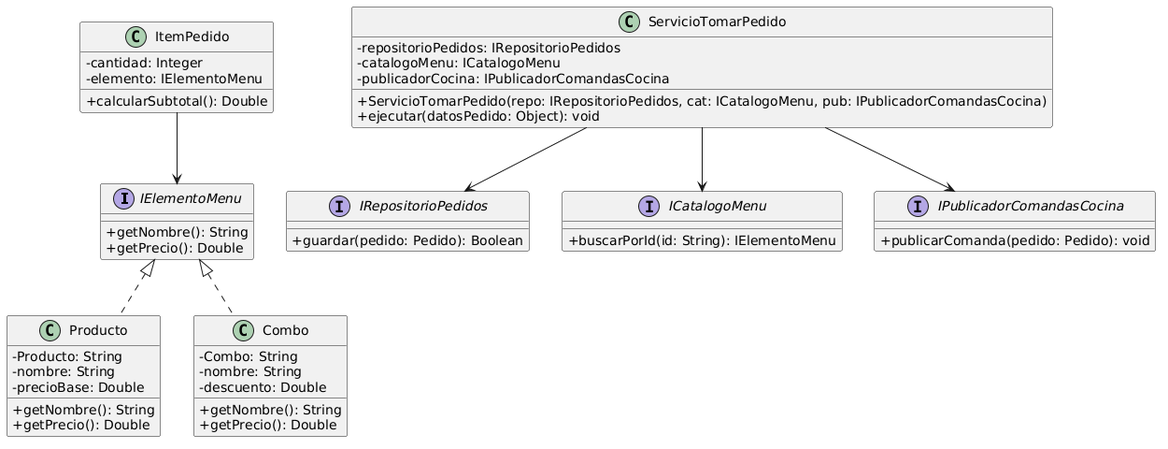
eloeyhe/SistemaPedidos keeps this PlantUML diagram as diagramas/01-diagrama-clases/01-solid-05-dip.png. Above is the earlier version.
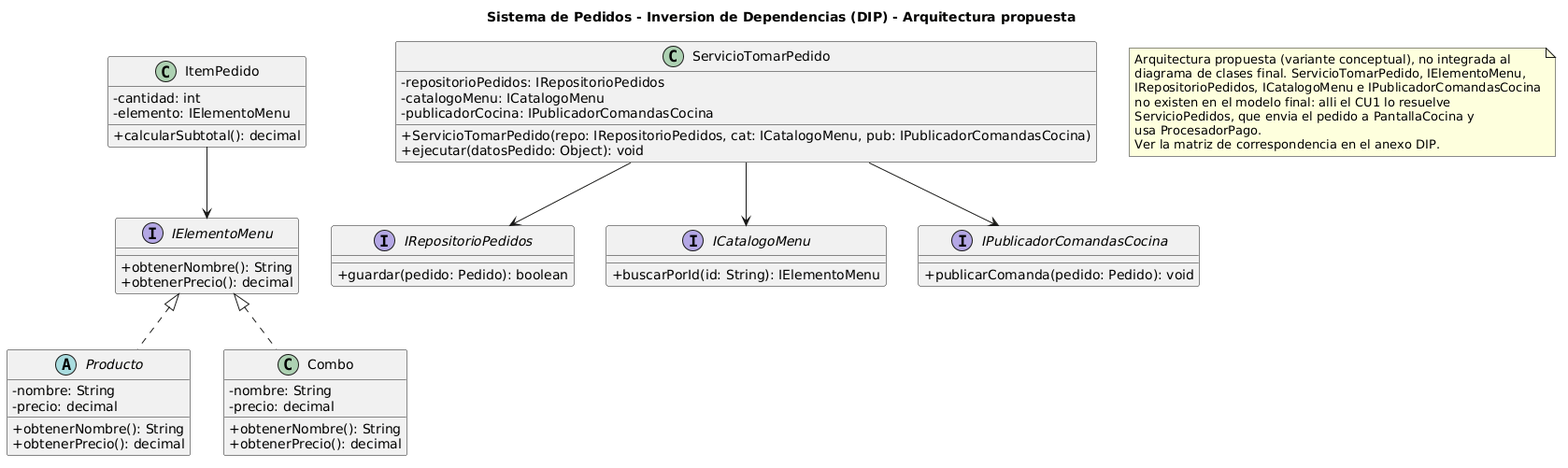
After the commit.

What changed in the source:
```diff
@@ -1,31 +1,30 @@
 @startuml
+title Sistema de Pedidos - Inversion de Dependencias (DIP) - Arquitectura propuesta
 skinparam classAttributeIconSize 0
 
 interface IElementoMenu {
-    + getNombre(): String
-    + getPrecio(): Double
+    + obtenerNombre(): String
+    + obtenerPrecio(): decimal
 }
 
-class Producto implements IElementoMenu {
-    - Producto: String
+abstract class Producto implements IElementoMenu {
     - nombre: String
-    - precioBase: Double
-    + getNombre(): String
-    + getPrecio(): Double
+    - precio: decimal
+    + obtenerNombre(): String
+    + obtenerPrecio(): decimal
 }
 
 class Combo implements IElementoMenu {
-    - Combo: String
     - nombre: String
-    - descuento: Double
-    + getNombre(): String
-    + getPrecio(): Double
+    - precio: decimal
+    + obtenerNombre(): String
+    + obtenerPrecio(): decimal
 }
 
 class ItemPedido {
-    - cantidad: Integer
+    - cantidad: int
     - elemento: IElementoMenu
-    + calcularSubtotal(): Double
+    + calcularSubtotal(): decimal
 
 }
 
@@ -33,7 +32,7 @@
 
 
 interface IRepositorioPedidos {
-    + guardar(pedido: Pedido): Boolean
+    + guardar(pedido: Pedido): boolean
 }
 
 interface ICatalogoMenu {
@@ -56,4 +55,15 @@
 ServicioTomarPedido --> IRepositorioPedidos
 ServicioTomarPedido --> ICatalogoMenu
 ServicioTomarPedido --> IPublicadorComandasCocina
+
+
+note as Alcance
+  Arquitectura propuesta (variante conceptual), no integrada al
+  diagrama de clases final. ServicioTomarPedido, IElementoMenu,
+  IRepositorioPedidos, ICatalogoMenu e IPublicadorComandasCocina
+  no existen en el modelo final: alli el CU1 lo resuelve
+  ServicioPedidos, que envia el pedido a PantallaCocina y
+  usa ProcesadorPago.
+  Ver la matriz de correspondencia en el anexo DIP.
+end note
 @enduml
```
